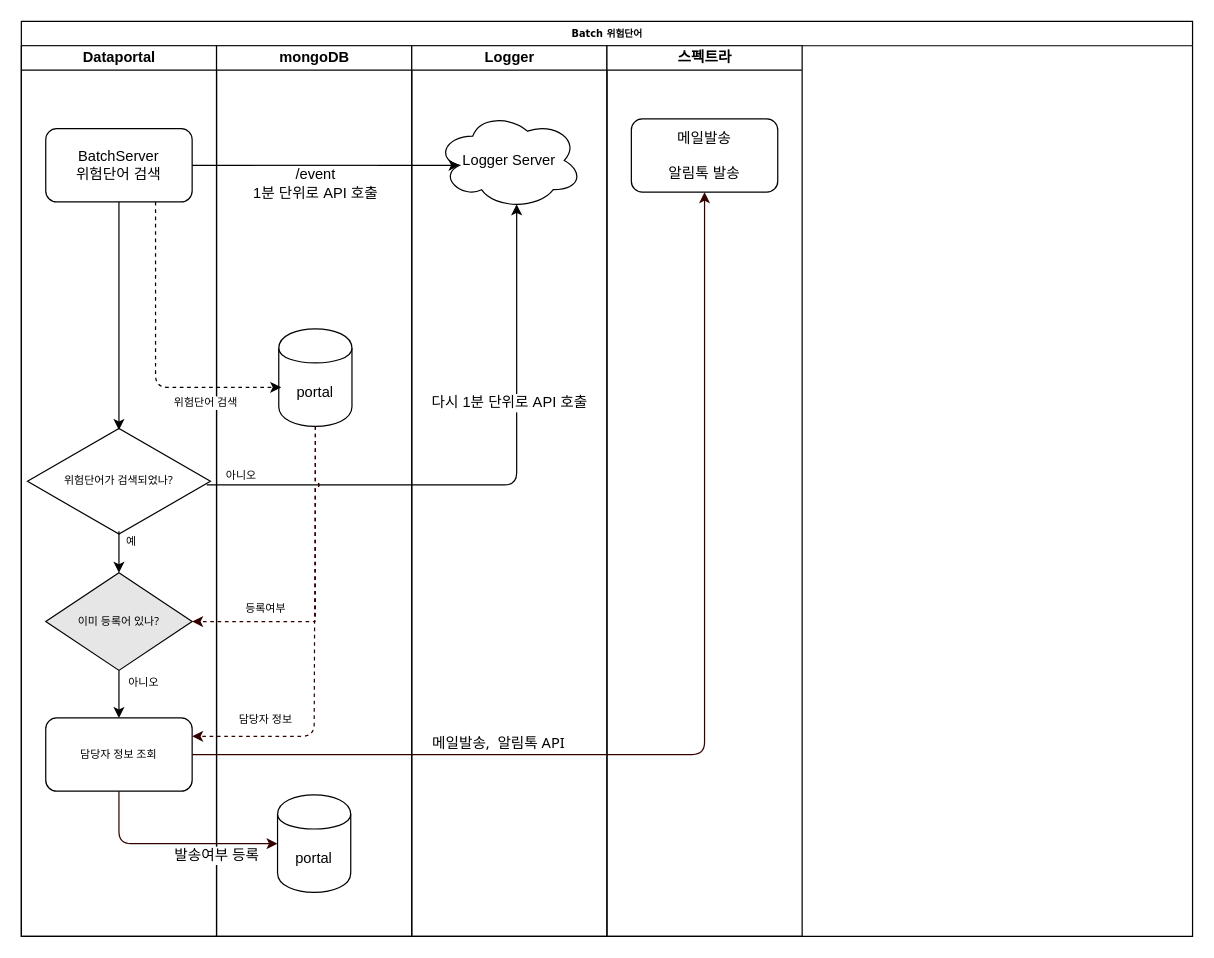
The draw.io diagram page "위험단어" (1 of 2) of 배치.drawio in dongyoupkim/kdycorp, before the edit. Source tidied: cells renumbered, new cells numbered last; positions are measured from the earlier drawing's top-left corner, leaving out a move shared by most shapes. Both pictures are drawn from the tidied source at 122%, with x=0, y=0 at pixel (21, 21).
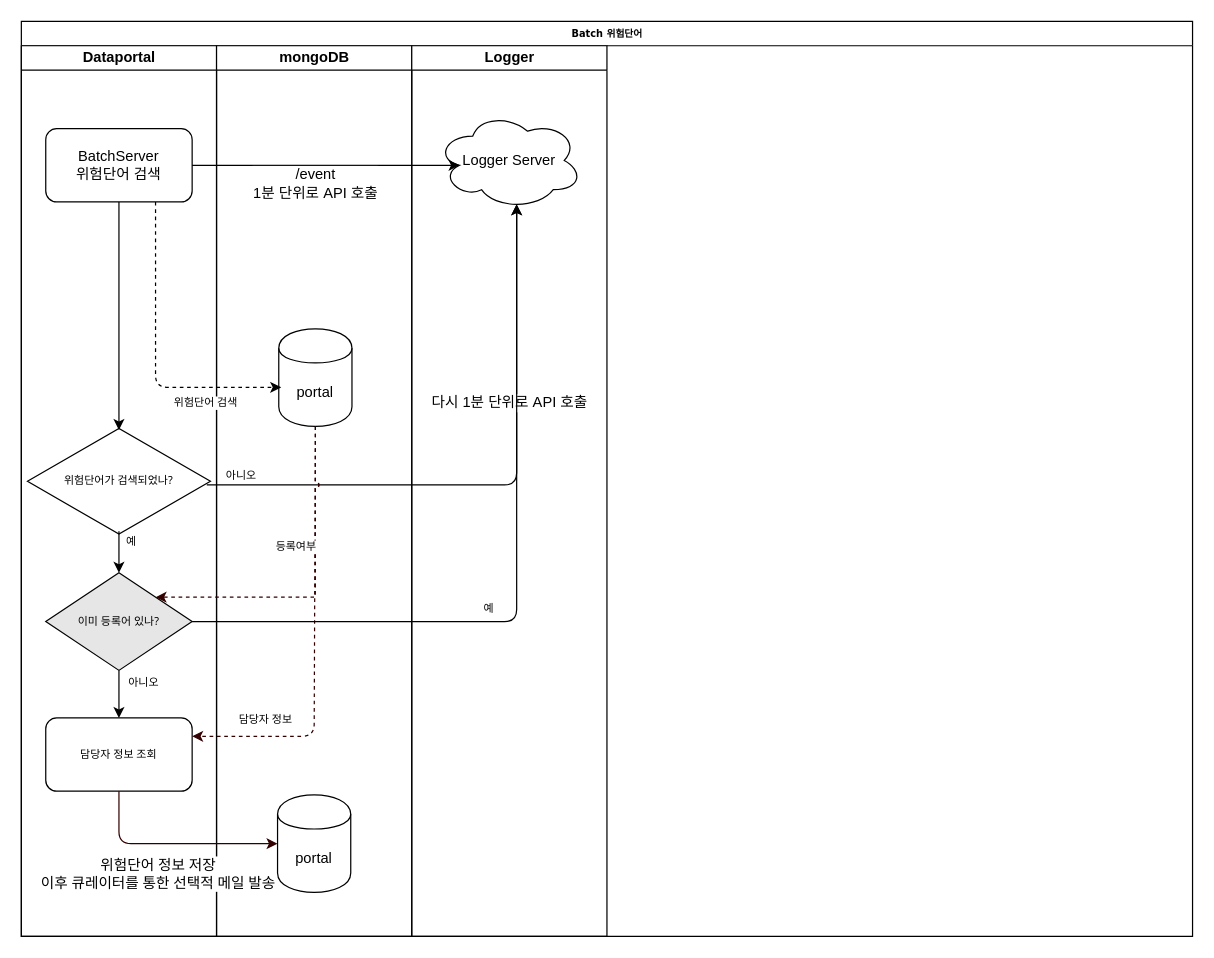
After the change.

Commit message:
배치.drawio 업데이트

The change refers to these unchanged cells:
```xml
<mxCell id="2" value="Batch 위험단어" style="swimlane;html=1;startSize=20;rounded=0;shadow=0;labelBackgroundColor=none;strokeColor=#000000;strokeWidth=1;fillColor=#ffffff;fontFamily=Verdana;fontSize=8;fontColor=#000000;align=center;" parent="1" vertex="1">
  <mxGeometry width="960" height="750" as="geometry" />
</mxCell>
<mxCell id="7" value="담당자 정보 조회" style="rounded=1;whiteSpace=wrap;html=1;fontFamily=Tahoma;fontSize=9;" parent="3" vertex="1">
  <mxGeometry x="20" y="551" width="120" height="60" as="geometry" />
</mxCell>
<mxCell id="9" value="이미 등록어 있나?" style="rhombus;whiteSpace=wrap;html=1;fillColor=#E6E6E6;fontFamily=Tahoma;fontSize=9;" parent="3" vertex="1">
  <mxGeometry x="20" y="432" width="120" height="80" as="geometry" />
</mxCell>
<mxCell id="12" value="portal" style="shape=cylinder;whiteSpace=wrap;html=1;boundedLbl=1;backgroundOutline=1;" parent="11" vertex="1">
  <mxGeometry x="51" y="232" width="60" height="80" as="geometry" />
</mxCell>
<mxCell id="13" value="portal" style="shape=cylinder;whiteSpace=wrap;html=1;boundedLbl=1;backgroundOutline=1;" parent="11" vertex="1">
  <mxGeometry x="50" y="614" width="60" height="80" as="geometry" />
</mxCell>
<mxCell id="15" value="Logger Server" style="ellipse;shape=cloud;whiteSpace=wrap;html=1;" parent="14" vertex="1">
  <mxGeometry x="20" y="54" width="120" height="80" as="geometry" />
</mxCell>
```

Diff of the diagram source:
```diff
@@
-    <mxCell id="16" value="스펙트라" style="swimlane;html=1;startSize=20;" parent="2" vertex="1">
-      <mxGeometry x="480" y="20" width="160" height="730" as="geometry" />
-    </mxCell>
-    <mxCell id="17" value="메일발송&lt;br&gt;&lt;br&gt;알림톡 발송" style="rounded=1;whiteSpace=wrap;html=1;" parent="16" vertex="1">
-      <mxGeometry x="20" y="60" width="120" height="60" as="geometry" />
-    </mxCell>
@@
-    <mxCell id="26" value="메일발송,&amp;nbsp; 알림톡 API" style="endArrow=classic;html=1;strokeColor=#330000;fontFamily=Tahoma;fontSize=12;exitX=1;exitY=0.5;exitDx=0;exitDy=0;entryX=0.5;entryY=1;entryDx=0;entryDy=0;" parent="2" edge="1" source="7" target="17">
-      <mxGeometry x="-0.43" y="9" relative="1" as="geometry">
-        <Array as="points">
-          <mxPoint x="352" y="601" />
-          <mxPoint x="560" y="601" />
-        </Array>
-      </mxGeometry>
-    </mxCell>
-    <mxCell id="27" value="발송여부 등록" style="endArrow=classic;html=1;strokeColor=#330000;fontFamily=Tahoma;fontSize=12;entryX=0;entryY=0.5;entryDx=0;entryDy=0;exitX=0.5;exitY=1;exitDx=0;exitDy=0;" parent="2" edge="1" source="7" target="13">
-      <mxGeometry x="-0.04" y="41" relative="1" as="geometry">
+    <mxCell id="27" value="위험단어 정보 저장&lt;br&gt;이후 큐레이터를 통한 선택적 메일 발송" style="endArrow=classic;html=1;strokeColor=#330000;fontFamily=Tahoma;fontSize=12;entryX=0;entryY=0.5;entryDx=0;entryDy=0;exitX=0.5;exitY=1;exitDx=0;exitDy=0;" parent="2" edge="1" source="7" target="13">
+      <mxGeometry x="-0.5" y="41" relative="1" as="geometry">
         <Array as="points">
           <mxPoint x="80" y="674" />
         </Array>
-        <mxPoint x="40" y="51" as="offset" />
+        <mxPoint x="32" y="66" as="offset" />
       </mxGeometry>
     </mxCell>
-    <mxCell id="28" value="등록여부" style="endArrow=classic;html=1;fontFamily=Tahoma;fontSize=9;exitX=0.5;exitY=1;exitDx=0;exitDy=0;entryX=1;entryY=0.5;entryDx=0;entryDy=0;horizontal=1;jumpStyle=arc;startArrow=none;startFill=0;strokeColor=#330000;dashed=1;" parent="2" edge="1" source="12" target="9">
+    <mxCell id="28" value="등록여부" style="endArrow=classic;html=1;fontFamily=Tahoma;fontSize=9;exitX=0.5;exitY=1;exitDx=0;exitDy=0;entryX=1;entryY=0;entryDx=0;entryDy=0;horizontal=1;jumpStyle=arc;startArrow=none;startFill=0;strokeColor=#330000;dashed=1;" parent="2" edge="1" source="12" target="9">
       <mxGeometry x="0.15" y="-41" relative="1" as="geometry">
         <Array as="points">
-          <mxPoint x="241" y="492" />
+          <mxPoint x="241" y="472" />
         </Array>
       </mxGeometry>
     </mxCell>
+    <mxCell id="29" value="예" style="endArrow=classic;html=1;fontFamily=Tahoma;fontSize=9;entryX=0.55;entryY=0.95;entryDx=0;entryDy=0;exitX=1;exitY=0.5;exitDx=0;exitDy=0;entryPerimeter=0;" parent="2" edge="1" source="9" target="15">
+      <mxGeometry x="-0.2" y="10" relative="1" as="geometry">
+        <Array as="points">
+          <mxPoint x="406" y="492" />
+        </Array>
+      </mxGeometry>
+    </mxCell>
```
